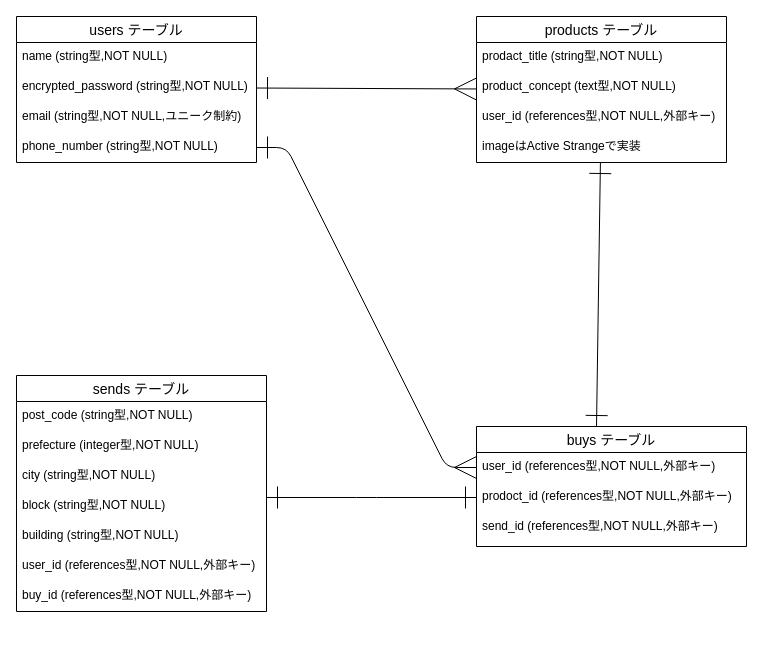
tomatodayo/furima-37149 keeps this draw.io diagram as table.dio. Above is the earlier version. Source tidied: cells renumbered, new cells numbered last; positions are measured from the earlier drawing's top-left corner, leaving out a move shared by most shapes. Both pictures are drawn from the tidied source at 100%, with x=0, y=0 at pixel (16, 16).
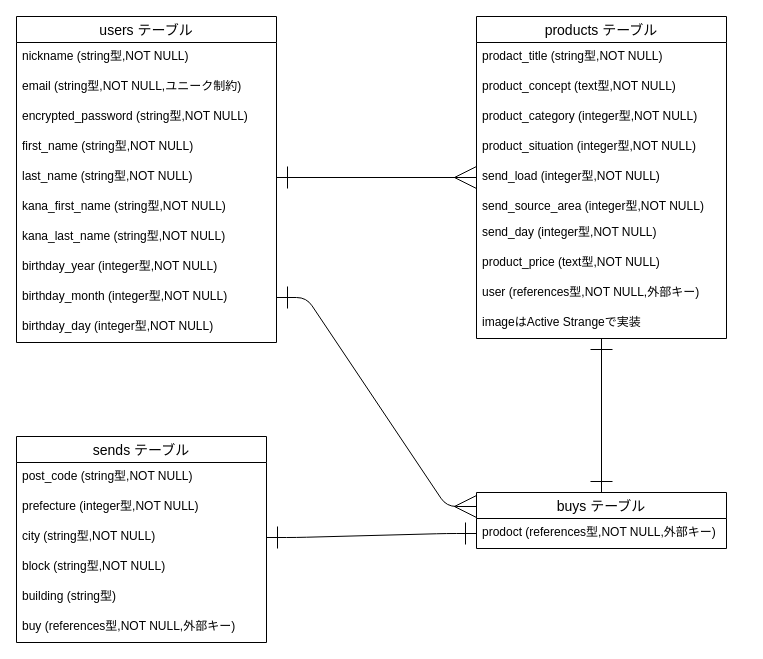
After the change.

Commit message (it also covers changes not shown here):
テーブル設計_修正

Unchanged cells that the change refers to:
```xml
<mxCell id="18" value="city (string型,NOT NULL)" style="text;strokeColor=none;fillColor=none;spacingLeft=4;spacingRight=4;overflow=hidden;points=[[0,0.5],[1,0.5]];portConstraint=eastwest;fontSize=12;" parent="15" vertex="1">
  <mxGeometry y="86" width="250" height="30" as="geometry" />
</mxCell>
<mxCell id="19" value="block (string型,NOT NULL)" style="text;strokeColor=none;fillColor=none;spacingLeft=4;spacingRight=4;overflow=hidden;points=[[0,0.5],[1,0.5]];portConstraint=eastwest;fontSize=12;" parent="15" vertex="1">
  <mxGeometry y="116" width="250" height="30" as="geometry" />
</mxCell>
```

What changed in the source:
```diff
@@
-    <mxCell id="2" style="edgeStyle=none;html=1;endArrow=ERmany;endFill=0;startArrow=ERone;startFill=0;endSize=20;startSize=20;" parent="1" edge="1" source="5" target="9">
+    <mxCell id="2" style="edgeStyle=none;html=1;endArrow=ERmany;endFill=0;startArrow=ERone;startFill=0;endSize=20;startSize=20;exitX=1;exitY=0.5;exitDx=0;exitDy=0;" parent="1" edge="1" source="29" target="9">
       <mxGeometry relative="1" as="geometry" />
     </mxCell>
     <mxCell id="3" value="users テーブル" style="swimlane;fontStyle=0;horizontal=1;startSize=26;align=center;fontSize=14;" parent="1" vertex="1">
-      <mxGeometry width="240" height="146" as="geometry" />
+      <mxGeometry width="260" height="326" as="geometry" />
     </mxCell>
+    <mxCell id="7" value="nickname (string型,NOT NULL)" style="text;strokeColor=none;fillColor=none;spacingLeft=4;spacingRight=4;overflow=hidden;points=[[0,0.5],[1,0.5]];portConstraint=eastwest;fontSize=12;" parent="3" vertex="1">
+      <mxGeometry y="26" width="260" height="30" as="geometry" />
+    </mxCell>
+    <mxCell id="6" value="email (string型,NOT NULL,ユニーク制約)" style="text;strokeColor=none;fillColor=none;spacingLeft=4;spacingRight=4;overflow=hidden;fontSize=12;" parent="3" vertex="1">
+      <mxGeometry y="56" width="260" height="30" as="geometry" />
+    </mxCell>
+    <mxCell id="5" value="encrypted_password (string型,NOT NULL)" style="text;strokeColor=none;fillColor=none;spacingLeft=4;spacingRight=4;overflow=hidden;points=[[0,0.5],[1,0.5]];portConstraint=eastwest;fontSize=12;" parent="3" vertex="1">
+      <mxGeometry y="86" width="260" height="30" as="geometry" />
+    </mxCell>
+    <mxCell id="28" value="first_name (string型,NOT NULL)" style="text;strokeColor=none;fillColor=none;spacingLeft=4;spacingRight=4;overflow=hidden;fontSize=12;" parent="3" vertex="1">
+      <mxGeometry y="116" width="260" height="30" as="geometry" />
+    </mxCell>
+    <mxCell id="29" value="last_name (string型,NOT NULL)" style="text;strokeColor=none;fillColor=none;spacingLeft=4;spacingRight=4;overflow=hidden;points=[[0,0.5],[1,0.5]];portConstraint=eastwest;fontSize=12;" parent="3" vertex="1">
+      <mxGeometry y="146" width="260" height="30" as="geometry" />
+    </mxCell>
+    <mxCell id="30" value="kana_first_name (string型,NOT NULL)" style="text;strokeColor=none;fillColor=none;spacingLeft=4;spacingRight=4;overflow=hidden;fontSize=12;" parent="3" vertex="1">
+      <mxGeometry y="176" width="260" height="30" as="geometry" />
+    </mxCell>
+    <mxCell id="31" value="kana_last_name (string型,NOT NULL)" style="text;strokeColor=none;fillColor=none;spacingLeft=4;spacingRight=4;overflow=hidden;fontSize=12;" parent="3" vertex="1">
+      <mxGeometry y="206" width="260" height="30" as="geometry" />
+    </mxCell>
+    <mxCell id="32" value="birthday_year (integer型,NOT NULL)" style="text;strokeColor=none;fillColor=none;spacingLeft=4;spacingRight=4;overflow=hidden;fontSize=12;" parent="3" vertex="1">
+      <mxGeometry y="236" width="260" height="30" as="geometry" />
+    </mxCell>
+    <mxCell id="33" value="birthday_month (integer型,NOT NULL)" style="text;strokeColor=none;fillColor=none;spacingLeft=4;spacingRight=4;overflow=hidden;points=[[0,0.5],[1,0.5]];portConstraint=eastwest;fontSize=12;" parent="3" vertex="1">
+      <mxGeometry y="266" width="260" height="30" as="geometry" />
+    </mxCell>
-    <mxCell id="4" value="name (string型,NOT NULL)" style="text;strokeColor=none;fillColor=none;spacingLeft=4;spacingRight=4;overflow=hidden;fontSize=12;" parent="3" vertex="1">
-      <mxGeometry y="26" width="240" height="30" as="geometry" />
+    <mxCell id="4" value="birthday_day (integer型,NOT NULL)" style="text;strokeColor=none;fillColor=none;spacingLeft=4;spacingRight=4;overflow=hidden;fontSize=12;" parent="3" vertex="1">
+      <mxGeometry y="296" width="260" height="30" as="geometry" />
     </mxCell>
-    <mxCell id="5" value="encrypted_password (string型,NOT NULL)" style="text;strokeColor=none;fillColor=none;spacingLeft=4;spacingRight=4;overflow=hidden;points=[[0,0.5],[1,0.5]];portConstraint=eastwest;fontSize=12;" parent="3" vertex="1">
-      <mxGeometry y="56" width="240" height="30" as="geometry" />
-    </mxCell>
-    <mxCell id="6" value="email (string型,NOT NULL,ユニーク制約)" style="text;strokeColor=none;fillColor=none;spacingLeft=4;spacingRight=4;overflow=hidden;fontSize=12;" parent="3" vertex="1">
-      <mxGeometry y="86" width="240" height="30" as="geometry" />
-    </mxCell>
-    <mxCell id="7" value="phone_number (string型,NOT NULL)" style="text;strokeColor=none;fillColor=none;spacingLeft=4;spacingRight=4;overflow=hidden;points=[[0,0.5],[1,0.5]];portConstraint=eastwest;fontSize=12;" parent="3" vertex="1">
-      <mxGeometry y="116" width="240" height="30" as="geometry" />
-    </mxCell>
-    <mxCell id="8" style="edgeStyle=none;html=1;startArrow=ERone;startFill=0;endArrow=ERone;endFill=0;endSize=20;startSize=20;" parent="1" edge="1" source="9">
-      <mxGeometry relative="1" as="geometry">
-        <mxPoint x="580" y="410" as="targetPoint" />
-      </mxGeometry>
+    <mxCell id="8" style="edgeStyle=none;html=1;startArrow=ERone;startFill=0;endArrow=ERone;endFill=0;endSize=20;startSize=20;" parent="1" edge="1" source="9" target="23">
+      <mxGeometry relative="1" as="geometry" />
     </mxCell>
     <mxCell id="9" value="products テーブル" style="swimlane;fontStyle=0;horizontal=1;startSize=26;align=center;fontSize=14;" parent="1" vertex="1">
-      <mxGeometry x="460" width="250" height="146" as="geometry" />
+      <mxGeometry x="460" width="250" height="322" as="geometry" />
     </mxCell>
@@
+    <mxCell id="34" value="product_concept (text型,NOT NULL)" style="text;strokeColor=none;fillColor=none;spacingLeft=4;spacingRight=4;overflow=hidden;fontSize=12;" parent="9" vertex="1">
+      <mxGeometry y="56" width="250" height="30" as="geometry" />
+    </mxCell>
+    <mxCell id="35" value="product_category (integer型,NOT NULL)" style="text;strokeColor=none;fillColor=none;spacingLeft=4;spacingRight=4;overflow=hidden;fontSize=12;" parent="9" vertex="1">
+      <mxGeometry y="86" width="250" height="30" as="geometry" />
+    </mxCell>
+    <mxCell id="36" value="product_situation (integer型,NOT NULL)" style="text;strokeColor=none;fillColor=none;spacingLeft=4;spacingRight=4;overflow=hidden;fontSize=12;" parent="9" vertex="1">
+      <mxGeometry y="116" width="250" height="30" as="geometry" />
+    </mxCell>
+    <mxCell id="37" value="send_load (integer型,NOT NULL)" style="text;strokeColor=none;fillColor=none;spacingLeft=4;spacingRight=4;overflow=hidden;fontSize=12;" parent="9" vertex="1">
+      <mxGeometry y="146" width="250" height="30" as="geometry" />
+    </mxCell>
+    <mxCell id="38" value="send_source_area (integer型,NOT NULL)" style="text;strokeColor=none;fillColor=none;spacingLeft=4;spacingRight=4;overflow=hidden;fontSize=12;" parent="9" vertex="1">
+      <mxGeometry y="176" width="250" height="26" as="geometry" />
+    </mxCell>
+    <mxCell id="39" value="send_day (integer型,NOT NULL)" style="text;strokeColor=none;fillColor=none;spacingLeft=4;spacingRight=4;overflow=hidden;fontSize=12;" parent="9" vertex="1">
+      <mxGeometry y="202" width="250" height="30" as="geometry" />
+    </mxCell>
-    <mxCell id="11" value="product_concept (text型,NOT NULL)" style="text;strokeColor=none;fillColor=none;spacingLeft=4;spacingRight=4;overflow=hidden;fontSize=12;" parent="9" vertex="1">
-      <mxGeometry y="56" width="250" height="30" as="geometry" />
+    <mxCell id="11" value="product_price (text型,NOT NULL)" style="text;strokeColor=none;fillColor=none;spacingLeft=4;spacingRight=4;overflow=hidden;fontSize=12;" parent="9" vertex="1">
+      <mxGeometry y="232" width="250" height="30" as="geometry" />
     </mxCell>
-    <mxCell id="12" value="user_id (references型,NOT NULL,外部キー)" style="text;strokeColor=none;fillColor=none;spacingLeft=4;spacingRight=4;overflow=hidden;fontSize=12;" parent="9" vertex="1">
-      <mxGeometry y="86" width="250" height="30" as="geometry" />
+    <mxCell id="12" value="user (references型,NOT NULL,外部キー)" style="text;strokeColor=none;fillColor=none;spacingLeft=4;spacingRight=4;overflow=hidden;fontSize=12;" parent="9" vertex="1">
+      <mxGeometry y="262" width="250" height="30" as="geometry" />
     </mxCell>
     <mxCell id="13" value="imageはActive Strangeで実装" style="text;strokeColor=none;fillColor=none;spacingLeft=4;spacingRight=4;overflow=hidden;fontSize=12;" parent="9" vertex="1">
-      <mxGeometry y="116" width="250" height="30" as="geometry" />
+      <mxGeometry y="292" width="250" height="30" as="geometry" />
     </mxCell>
-    <mxCell id="14" style="edgeStyle=none;html=1;startArrow=ERone;startFill=0;endArrow=ERone;endFill=0;entryX=0;entryY=0.5;entryDx=0;entryDy=0;exitX=1;exitY=0.2;exitDx=0;exitDy=0;exitPerimeter=0;endSize=20;startSize=20;" parent="1" edge="1" source="19" target="25">
-      <mxGeometry relative="1" as="geometry">
-        <Array as="points">
-          <mxPoint x="350" y="481" />
-        </Array>
-      </mxGeometry>
-    </mxCell>
     <mxCell id="15" value="sends テーブル" style="swimlane;fontStyle=0;horizontal=1;startSize=26;align=center;fontSize=14;" parent="1" vertex="1">
-      <mxGeometry y="359" width="250" height="236" as="geometry" />
+      <mxGeometry y="420" width="250" height="206" as="geometry" />
     </mxCell>
@@
-    <mxCell id="20" value="building (string型,NOT NULL)" style="text;strokeColor=none;fillColor=none;spacingLeft=4;spacingRight=4;overflow=hidden;fontSize=12;" parent="15" vertex="1">
+    <mxCell id="20" value="building (string型)" style="text;strokeColor=none;fillColor=none;spacingLeft=4;spacingRight=4;overflow=hidden;fontSize=12;" parent="15" vertex="1">
       <mxGeometry y="146" width="250" height="30" as="geometry" />
     </mxCell>
-    <mxCell id="21" value="user_id (references型,NOT NULL,外部キー)" style="text;strokeColor=none;fillColor=none;spacingLeft=4;spacingRight=4;overflow=hidden;fontSize=12;" parent="15" vertex="1">
-      <mxGeometry y="176" width="250" height="30" as="geometry" />
-    </mxCell>
-    <mxCell id="22" value="buy_id (references型,NOT NULL,外部キー)" style="text;strokeColor=none;fillColor=none;spacingLeft=4;spacingRight=4;overflow=hidden;fontSize=12;" parent="15" vertex="1">
-      <mxGeometry y="206" width="250" height="30" as="geometry" />
+    <mxCell id="22" value="buy (references型,NOT NULL,外部キー)" style="text;strokeColor=none;fillColor=none;spacingLeft=4;spacingRight=4;overflow=hidden;fontSize=12;" parent="15" vertex="1">
+      <mxGeometry y="176" width="250" height="30" as="geometry" />
     </mxCell>
     <mxCell id="23" value="buys テーブル" style="swimlane;fontStyle=0;horizontal=1;startSize=26;align=center;fontSize=14;" parent="1" vertex="1">
-      <mxGeometry x="460" y="410" width="270" height="120" as="geometry" />
+      <mxGeometry x="460" y="476" width="250" height="56" as="geometry" />
     </mxCell>
-    <mxCell id="24" value="user_id (references型,NOT NULL,外部キー)" style="text;strokeColor=none;fillColor=none;spacingLeft=4;spacingRight=4;overflow=hidden;points=[[0,0.5],[1,0.5]];portConstraint=eastwest;fontSize=12;" parent="23" vertex="1">
-      <mxGeometry y="26" width="270" height="30" as="geometry" />
-    </mxCell>
-    <mxCell id="25" value="prodoct_id (references型,NOT NULL,外部キー)" style="text;strokeColor=none;fillColor=none;spacingLeft=4;spacingRight=4;overflow=hidden;points=[[0,0.5],[1,0.5]];portConstraint=eastwest;fontSize=12;" parent="23" vertex="1">
-      <mxGeometry y="56" width="270" height="30" as="geometry" />
+    <mxCell id="25" value="prodoct (references型,NOT NULL,外部キー)" style="text;strokeColor=none;fillColor=none;spacingLeft=4;spacingRight=4;overflow=hidden;points=[[0,0.5],[1,0.5]];portConstraint=eastwest;fontSize=12;" parent="23" vertex="1">
+      <mxGeometry y="26" width="250" height="30" as="geometry" />
     </mxCell>
-    <mxCell id="26" value="send_id (references型,NOT NULL,外部キー)" style="text;strokeColor=none;fillColor=none;spacingLeft=4;spacingRight=4;overflow=hidden;fontSize=12;" parent="23" vertex="1">
-      <mxGeometry y="86" width="270" height="34" as="geometry" />
-    </mxCell>
-    <mxCell id="27" style="edgeStyle=entityRelationEdgeStyle;fontSize=12;html=1;endArrow=ERmany;exitX=1;exitY=0.5;exitDx=0;exitDy=0;entryX=0;entryY=0.5;entryDx=0;entryDy=0;startArrow=ERone;startFill=0;targetPerimeterSpacing=0;endSize=20;startSize=20;" parent="1" edge="1" source="7" target="24">
+    <mxCell id="27" style="edgeStyle=entityRelationEdgeStyle;fontSize=12;html=1;endArrow=ERmany;exitX=1;exitY=0.5;exitDx=0;exitDy=0;entryX=0;entryY=0.25;entryDx=0;entryDy=0;startArrow=ERone;startFill=0;targetPerimeterSpacing=0;endSize=20;startSize=20;" parent="1" edge="1" source="33" target="23">
       <mxGeometry relative="1" as="geometry" />
     </mxCell>
+    <mxCell id="40" style="edgeStyle=entityRelationEdgeStyle;fontSize=12;html=1;endArrow=ERone;endFill=1;entryX=0;entryY=0.5;entryDx=0;entryDy=0;endSize=20;startSize=20;startArrow=ERone;startFill=0;exitX=1;exitY=0.5;exitDx=0;exitDy=0;" parent="1" edge="1" source="18" target="25">
+      <mxGeometry relative="1" as="geometry" />
+    </mxCell>
```
